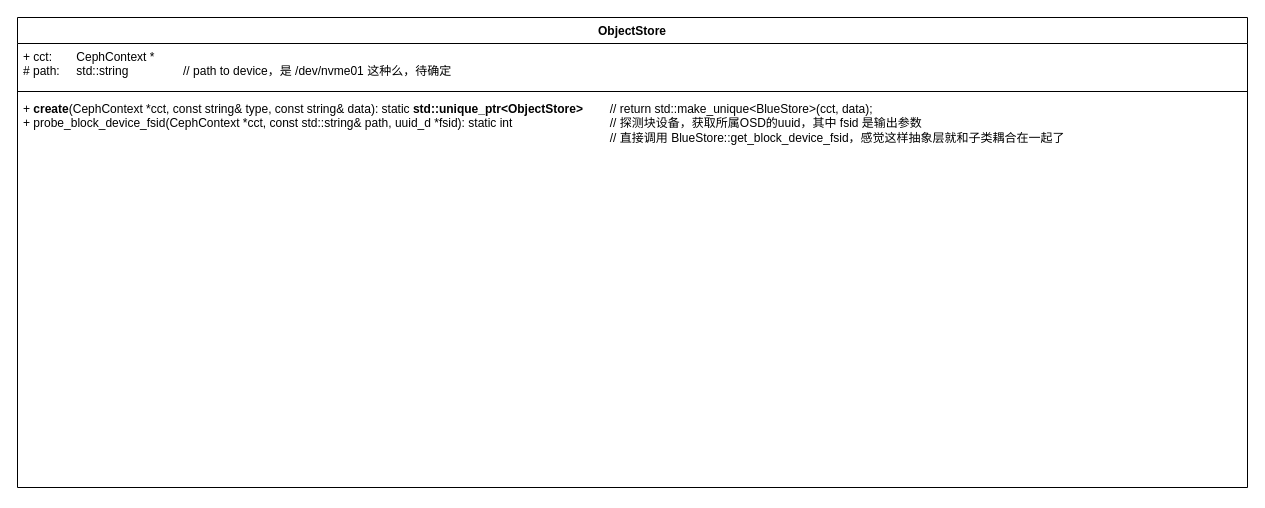
Earlier version of the draw.io diagram ObjectStore.drawio (1253757553/drawIO). Source tidied: cells renumbered, new cells numbered last; positions are measured from the earlier drawing's top-left corner, leaving out a move shared by most shapes. Both pictures are drawn from the tidied source at 100%, with x=0, y=0 at pixel (17, 17).
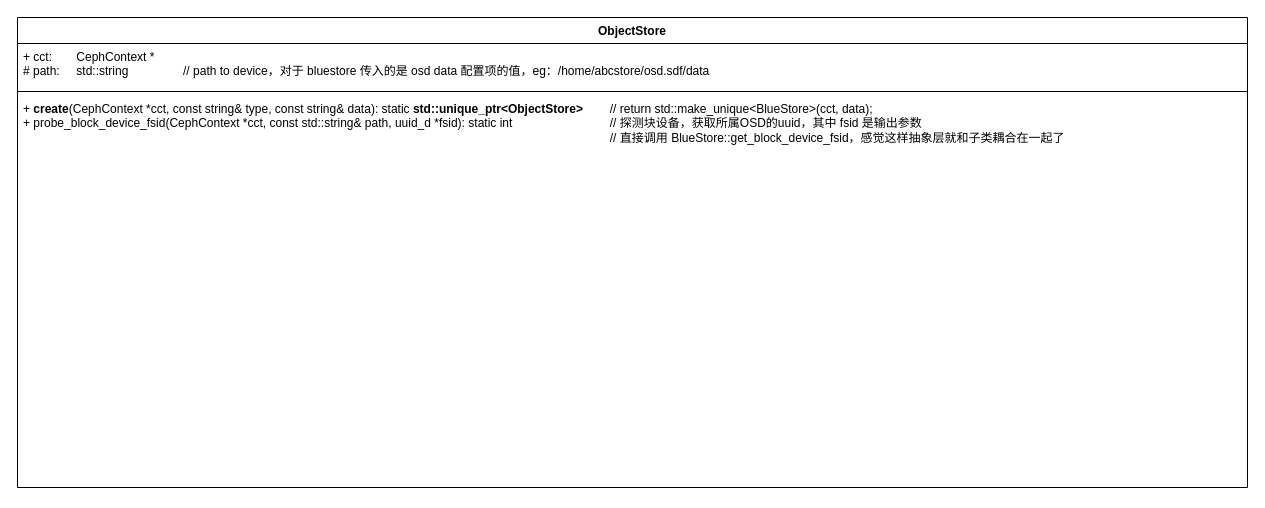
After the change.

Change to the diagram source:
```diff
@@
 <mxGraphModel>
   <root>
     <mxCell id="0" />
     <mxCell id="1" parent="0" />
     <mxCell id="2" value="ObjectStore" style="swimlane;fontStyle=1;align=center;verticalAlign=top;horizontal=1;startSize=26;whiteSpace=wrap;html=1;" parent="1" vertex="1">
       <mxGeometry width="1230" height="470" as="geometry" />
     </mxCell>
-    <mxCell id="3" value="+ cct:&lt;span style=&quot;white-space: pre;&quot;&gt;&#9;&lt;/span&gt;CephContext *&lt;div&gt;#&amp;nbsp;path: &lt;span style=&quot;white-space: pre;&quot;&gt;&#9;&lt;/span&gt;std::string&lt;span style=&quot;white-space: pre;&quot;&gt;&#9;&lt;/span&gt;&lt;span style=&quot;white-space: pre;&quot;&gt;&#9;&lt;/span&gt;//&amp;nbsp;path to device，是 /dev/nvme01 这种么，待确定&lt;/div&gt;" style="text;strokeColor=none;fillColor=none;align=left;verticalAlign=top;spacingLeft=4;spacingRight=4;overflow=hidden;whiteSpace=wrap;html=1;" parent="2" vertex="1">
+    <mxCell id="3" value="+ cct:&lt;span style=&quot;white-space: pre;&quot;&gt;&#9;&lt;/span&gt;CephContext *&lt;div&gt;#&amp;nbsp;path: &lt;span style=&quot;white-space: pre;&quot;&gt;&#9;&lt;/span&gt;std::string&lt;span style=&quot;white-space: pre;&quot;&gt;&#9;&lt;/span&gt;&lt;span style=&quot;white-space: pre;&quot;&gt;&#9;&lt;/span&gt;//&amp;nbsp;path to device，对于 bluestore 传入的是&amp;nbsp;osd data 配置项的值，eg：/home/abcstore/osd.sdf/data&lt;/div&gt;" style="text;strokeColor=none;fillColor=none;align=left;verticalAlign=top;spacingLeft=4;spacingRight=4;overflow=hidden;whiteSpace=wrap;html=1;" parent="2" vertex="1">
       <mxGeometry y="26" width="1230" height="44" as="geometry" />
     </mxCell>
     <mxCell id="4" style="line;strokeWidth=1;fillColor=none;align=left;verticalAlign=middle;spacingTop=-1;spacingLeft=3;spacingRight=3;labelPosition=right;strokeColor=inherit;" parent="2" vertex="1">
       <mxGeometry y="70" width="1230" height="8" as="geometry" />
     </mxCell>
     <mxCell id="5" value="+ &lt;b&gt;create&lt;/b&gt;(&lt;span style=&quot;background-color: initial;&quot;&gt;CephContext *cct,&amp;nbsp;&lt;/span&gt;&lt;span style=&quot;background-color: initial;&quot;&gt;const string&amp;amp; type,&amp;nbsp;&lt;/span&gt;&lt;span style=&quot;background-color: initial;&quot;&gt;const string&amp;amp; data&lt;/span&gt;): static&amp;nbsp;&lt;b&gt;std::unique_ptr&amp;lt;ObjectStore&amp;gt;&lt;/b&gt;&lt;span style=&quot;white-space: pre;&quot;&gt;&#9;&lt;/span&gt;//&amp;nbsp;return std::make_unique&amp;lt;BlueStore&amp;gt;(cct, data);&lt;div&gt;+&amp;nbsp;&lt;span style=&quot;background-color: initial;&quot;&gt;probe_block_device_fsid(&lt;/span&gt;&lt;span style=&quot;background-color: initial;&quot;&gt;CephContext *cct,&amp;nbsp;&lt;/span&gt;&lt;span style=&quot;background-color: initial;&quot;&gt;const std::string&amp;amp; path,&amp;nbsp;&lt;/span&gt;&lt;span style=&quot;background-color: initial;&quot;&gt;uuid_d *fsid):&amp;nbsp;&lt;/span&gt;&lt;span style=&quot;background-color: initial;&quot;&gt;static int&lt;span style=&quot;white-space: pre;&quot;&gt;&#9;&lt;/span&gt;&lt;span style=&quot;white-space: pre;&quot;&gt;&#9;&lt;/span&gt;&lt;span style=&quot;white-space: pre;&quot;&gt;&#9;&lt;/span&gt;&lt;span style=&quot;white-space: pre;&quot;&gt;&#9;&lt;/span&gt;//&amp;nbsp;&lt;/span&gt;&lt;span style=&quot;background-color: initial;&quot;&gt;探测块设备，获取所属OSD的uuid，其中&amp;nbsp;&lt;/span&gt;&lt;span style=&quot;background-color: initial;&quot;&gt;fsid 是输出参数&lt;/span&gt;&lt;/div&gt;&lt;div&gt;&lt;span style=&quot;background-color: initial;&quot;&gt;&lt;span style=&quot;white-space: pre;&quot;&gt;&#9;&lt;/span&gt;&lt;span style=&quot;white-space: pre;&quot;&gt;&#9;&lt;/span&gt;&lt;span style=&quot;white-space: pre;&quot;&gt;&#9;&lt;/span&gt;&lt;span style=&quot;white-space: pre;&quot;&gt;&#9;&lt;/span&gt;&lt;span style=&quot;white-space: pre;&quot;&gt;&#9;&lt;/span&gt;&lt;span style=&quot;white-space: pre;&quot;&gt;&#9;&lt;/span&gt;&lt;span style=&quot;white-space: pre;&quot;&gt;&#9;&lt;/span&gt;&lt;span style=&quot;white-space: pre;&quot;&gt;&#9;&lt;/span&gt;&lt;span style=&quot;white-space: pre;&quot;&gt;&#9;&lt;/span&gt;&lt;span style=&quot;white-space: pre;&quot;&gt;&#9;&lt;/span&gt;&lt;span style=&quot;white-space: pre;&quot;&gt;&#9;&lt;/span&gt;&lt;span style=&quot;white-space: pre;&quot;&gt;&#9;&lt;/span&gt;&lt;span style=&quot;white-space: pre;&quot;&gt;&#9;&lt;/span&gt;&lt;span style=&quot;white-space: pre;&quot;&gt;&#9;&lt;/span&gt;&lt;span style=&quot;white-space: pre;&quot;&gt;&#9;&lt;/span&gt;&lt;span style=&quot;white-space: pre;&quot;&gt;&#9;&lt;/span&gt;&lt;span style=&quot;white-space: pre;&quot;&gt;&#9;&lt;/span&gt;&lt;span style=&quot;white-space: pre;&quot;&gt;&#9;&lt;/span&gt;&lt;span style=&quot;white-space: pre;&quot;&gt;&#9;&lt;/span&gt;&lt;span style=&quot;white-space: pre;&quot;&gt;&#9;&lt;/span&gt;&lt;span style=&quot;white-space: pre;&quot;&gt;&#9;&lt;/span&gt;&lt;span style=&quot;white-space: pre;&quot;&gt;&#9;&lt;/span&gt;// 直接调用&amp;nbsp;&lt;/span&gt;&lt;span style=&quot;background-color: initial;&quot;&gt;BlueStore::get_block_device_fsid，感觉这样抽象层就和子类耦合在一起了&lt;/span&gt;&lt;span style=&quot;background-color: initial;&quot;&gt;&lt;br&gt;&lt;/span&gt;&lt;/div&gt;" style="text;strokeColor=none;fillColor=none;align=left;verticalAlign=top;spacingLeft=4;spacingRight=4;overflow=hidden;whiteSpace=wrap;html=1;" parent="2" vertex="1">
       <mxGeometry y="78" width="1230" height="392" as="geometry" />
     </mxCell>
   </root>
 </mxGraphModel>
```
